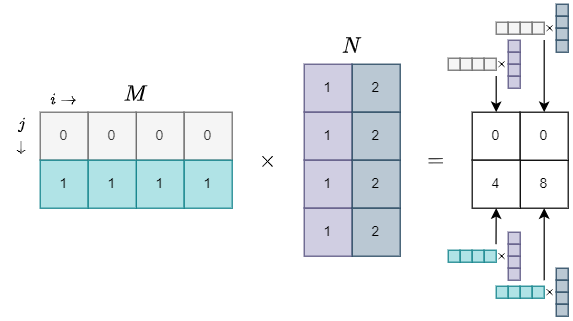
The draw.io diagram diagrams/matrix-multiplication.png in ratteripenta/transformers-seminar-workshop, before a commit. Source tidied: cells renumbered, new cells last; positions are measured from the earlier drawing's top-left corner, leaving out a move shared by most shapes.
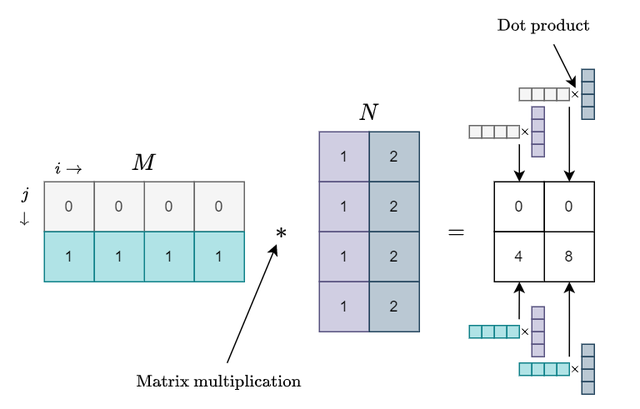
Later version of the same file.

Change to the diagram source:
```diff
@@ -50,8 +50,8 @@
     <mxCell id="17" value="1" style="rounded=0;whiteSpace=wrap;html=1;fillColor=#b0e3e6;strokeColor=#0e8088;" parent="1" vertex="1">
       <mxGeometry x="150" y="130" width="40" height="40" as="geometry" />
     </mxCell>
-    <mxCell id="18" value="`\times`" style="text;html=1;strokeColor=none;fillColor=none;align=center;verticalAlign=middle;whiteSpace=wrap;rounded=0;fontSize=16;" parent="1" vertex="1">
-      <mxGeometry x="190" y="50" width="60" height="160" as="geometry" />
+    <mxCell id="18" value="`**`" style="text;html=1;strokeColor=none;fillColor=none;align=center;verticalAlign=middle;whiteSpace=wrap;rounded=0;fontSize=16;" parent="1" vertex="1">
+      <mxGeometry x="190" y="120" width="60" height="20" as="geometry" />
     </mxCell>
     <mxCell id="19" value="`=`" style="text;html=1;strokeColor=none;fillColor=none;align=center;verticalAlign=middle;whiteSpace=wrap;rounded=0;fontSize=16;" parent="1" vertex="1">
       <mxGeometry x="330" y="50" width="60" height="160" as="geometry" />
@@ -232,5 +232,17 @@
     <mxCell id="75" style="rounded=0;whiteSpace=wrap;html=1;fontSize=8;fillColor=#b0e3e6;strokeColor=#0e8088;" parent="1" vertex="1">
       <mxGeometry x="440" y="235" width="10" height="10" as="geometry" />
     </mxCell>
+    <mxCell id="76" value="`\text{Matrix multiplication}`" style="text;html=1;strokeColor=none;fillColor=none;align=center;verticalAlign=middle;whiteSpace=wrap;rounded=0;" parent="1" vertex="1">
+      <mxGeometry x="100" y="235" width="140" height="30" as="geometry" />
+    </mxCell>
+    <mxCell id="77" style="endArrow=classic;html=1;rounded=0;" parent="1" edge="1" source="76" target="18">
+      <mxGeometry relative="1" as="geometry" />
+    </mxCell>
+    <mxCell id="78" value="`\text{Dot product}`" style="text;html=1;strokeColor=none;fillColor=none;align=center;verticalAlign=middle;whiteSpace=wrap;rounded=0;" parent="1" vertex="1">
+      <mxGeometry x="360" y="-50" width="140" height="30" as="geometry" />
+    </mxCell>
+    <mxCell id="79" style="endArrow=classic;html=1;rounded=0;entryX=0.5;entryY=0;entryDx=0;entryDy=0;strokeWidth=1;endSize=6;endFill=1;" parent="1" edge="1" source="78" target="50">
+      <mxGeometry relative="1" as="geometry" />
+    </mxCell>
   </root>
 </mxGraphModel>
```
